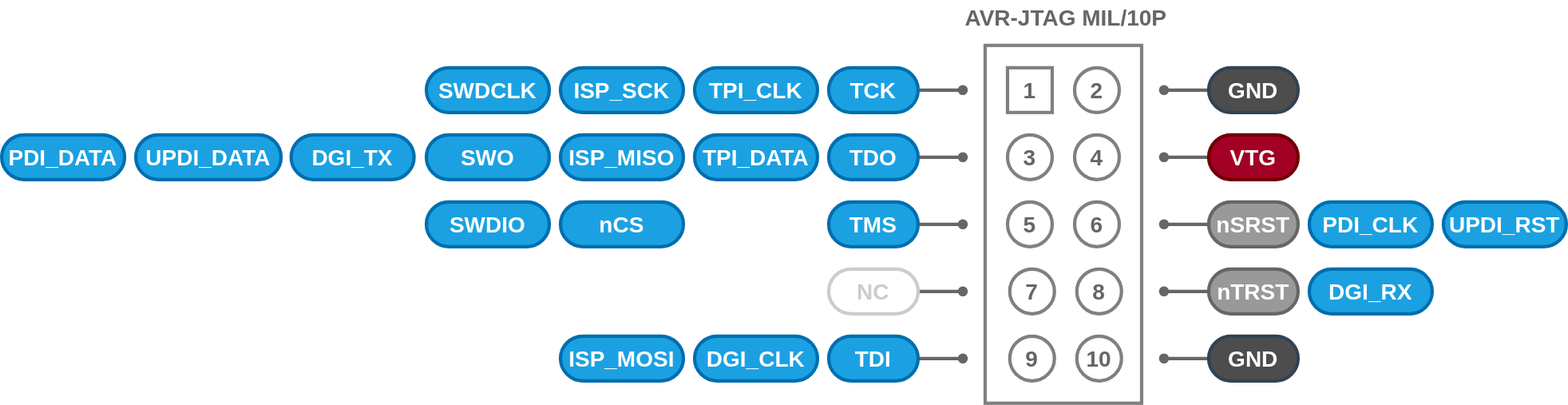
Earlier version of the draw.io export svg/AVR-JTAG-M10P.drawio.svg (askn37/askn37.github.io). Source tidied: cells renumbered, new cells last; positions are measured from the earlier drawing's top-left corner, leaving out a move shared by most shapes.
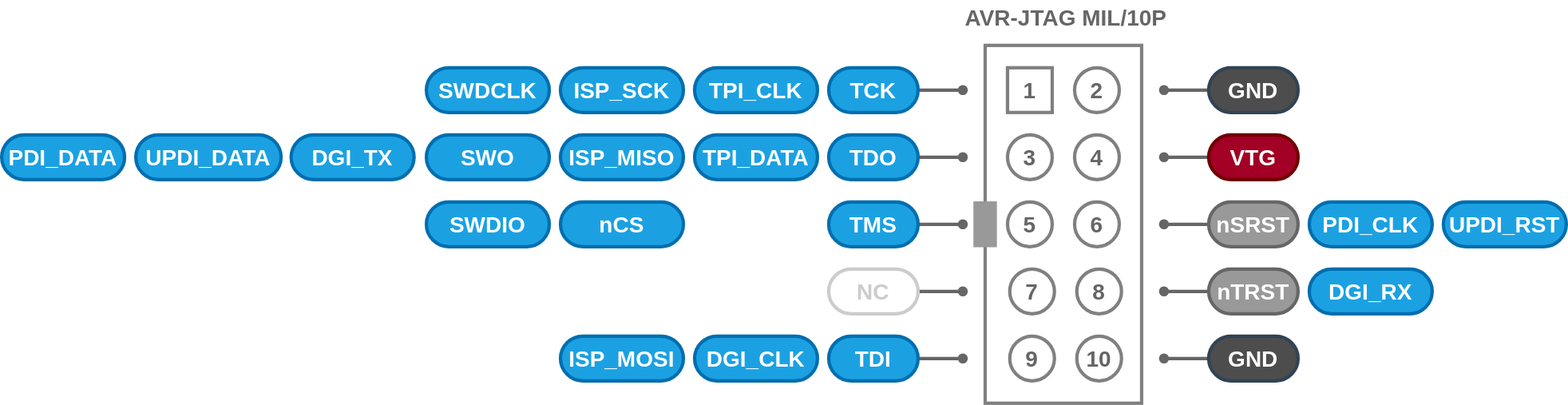
Above is the later version.

Change to the diagram source:
```diff
@@ -170,5 +170,8 @@
     <mxCell id="49" value="nCS" style="rounded=1;whiteSpace=wrap;html=1;fontSize=20;strokeWidth=3;fontStyle=1;fillColor=#1ba1e2;strokeColor=#006EAF;fontColor=#ffffff;arcSize=50;" parent="1" vertex="1">
       <mxGeometry x="500" y="180" width="110" height="40" as="geometry" />
     </mxCell>
+    <mxCell id="50" style="rounded=0;whiteSpace=wrap;html=1;fillColor=#999999;strokeColor=#999999;" parent="1" vertex="1">
+      <mxGeometry x="870" y="180" width="20" height="40" as="geometry" />
+    </mxCell>
   </root>
 </mxGraphModel>
```
